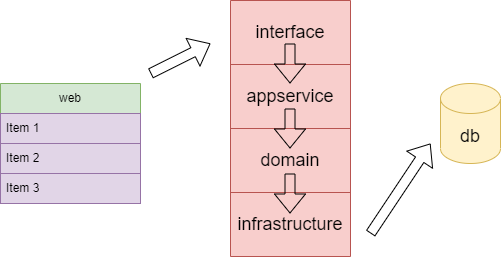
This is blog/architecture/microservice_introduce.drawio.png from muxicode/c153080686, a draw.io export, as it was before one commit. Source tidied: cells renumbered, new cells last; positions are measured from the earlier drawing's top-left corner, leaving out a move shared by most shapes. Source of this version:
```xml
<mxGraphModel>
  <root>
    <mxCell id="0" />
    <mxCell id="1" parent="0" />
    <mxCell id="2" value="web" style="swimlane;fontStyle=0;horizontal=1;startSize=30;whiteSpace=wrap;html=1;fillColor=#d5e8d4;strokeColor=#82b366;" parent="1" vertex="1">
      <mxGeometry y="83" width="140" height="120" as="geometry" />
    </mxCell>
    <mxCell id="3" value="Item 1" style="text;strokeColor=#9673a6;fillColor=#e1d5e7;align=left;verticalAlign=middle;spacingLeft=4;spacingRight=4;overflow=hidden;whiteSpace=wrap;html=1;" parent="2" vertex="1">
      <mxGeometry y="30" width="140" height="30" as="geometry" />
    </mxCell>
    <mxCell id="4" value="Item 2" style="text;strokeColor=#9673a6;fillColor=#e1d5e7;align=left;verticalAlign=middle;spacingLeft=4;spacingRight=4;overflow=hidden;whiteSpace=wrap;html=1;" parent="2" vertex="1">
      <mxGeometry y="60" width="140" height="30" as="geometry" />
    </mxCell>
    <mxCell id="5" value="Item 3" style="text;strokeColor=#9673a6;fillColor=#e1d5e7;align=left;verticalAlign=middle;spacingLeft=4;spacingRight=4;overflow=hidden;whiteSpace=wrap;html=1;" parent="2" vertex="1">
      <mxGeometry y="90" width="140" height="30" as="geometry" />
    </mxCell>
    <mxCell id="6" style="shape=table;startSize=0;fontSize=18;fillColor=#f8cecc;strokeColor=#b85450;" parent="1" vertex="1">
      <mxGeometry x="230" width="120" height="256" as="geometry" />
    </mxCell>
    <mxCell id="7" style="shape=tableRow;horizontal=0;startSize=0;swimlaneHead=0;swimlaneBody=0;strokeColor=inherit;top=0;left=0;bottom=0;right=0;fillColor=none;" parent="6" vertex="1">
      <mxGeometry width="120" height="64" as="geometry" />
    </mxCell>
    <mxCell id="8" value="interface" style="shape=partialRectangle;html=1;whiteSpace=wrap;strokeColor=inherit;overflow=hidden;fillColor=none;top=0;left=0;bottom=0;right=0;fontSize=18;" parent="7" vertex="1">
      <mxGeometry width="120" height="64" as="geometry" />
    </mxCell>
    <mxCell id="9" style="shape=tableRow;horizontal=0;startSize=0;swimlaneHead=0;swimlaneBody=0;strokeColor=inherit;top=0;left=0;bottom=0;right=0;fillColor=none;" parent="6" vertex="1">
      <mxGeometry y="64" width="120" height="64" as="geometry" />
    </mxCell>
    <mxCell id="10" value="appservice" style="shape=partialRectangle;html=1;whiteSpace=wrap;strokeColor=inherit;overflow=hidden;fillColor=none;top=0;left=0;bottom=0;right=0;fontSize=18;" parent="9" vertex="1">
      <mxGeometry width="120" height="64" as="geometry" />
    </mxCell>
    <mxCell id="11" style="shape=tableRow;horizontal=0;startSize=0;swimlaneHead=0;swimlaneBody=0;strokeColor=inherit;top=0;left=0;bottom=0;right=0;fillColor=none;" parent="6" vertex="1">
      <mxGeometry y="128" width="120" height="64" as="geometry" />
    </mxCell>
    <mxCell id="12" value="domain" style="shape=partialRectangle;html=1;whiteSpace=wrap;strokeColor=inherit;overflow=hidden;fillColor=none;top=0;left=0;bottom=0;right=0;fontSize=18;" parent="11" vertex="1">
      <mxGeometry width="120" height="64" as="geometry" />
    </mxCell>
    <mxCell id="13" style="shape=tableRow;horizontal=0;startSize=0;swimlaneHead=0;swimlaneBody=0;strokeColor=inherit;top=0;left=0;bottom=0;right=0;fillColor=none;" parent="6" vertex="1">
      <mxGeometry y="192" width="120" height="64" as="geometry" />
    </mxCell>
    <mxCell id="14" value="infrastructure" style="shape=partialRectangle;html=1;whiteSpace=wrap;strokeColor=inherit;overflow=hidden;fillColor=none;top=0;left=0;bottom=0;right=0;fontSize=18;" parent="13" vertex="1">
      <mxGeometry width="120" height="64" as="geometry" />
    </mxCell>
    <mxCell id="15" value="&lt;font style=&quot;font-size: 18px;&quot;&gt;db&lt;/font&gt;" style="shape=cylinder3;whiteSpace=wrap;html=1;boundedLbl=1;backgroundOutline=1;size=15;fillColor=#fff2cc;strokeColor=#d6b656;" parent="1" vertex="1">
      <mxGeometry x="440" y="83" width="60" height="80" as="geometry" />
    </mxCell>
    <mxCell id="16" style="shape=flexArrow;endArrow=classic;html=1;rounded=0;" parent="1" edge="1">
      <mxGeometry relative="1" as="geometry">
        <mxPoint x="150" y="73" as="sourcePoint" />
        <mxPoint x="210" y="43" as="targetPoint" />
      </mxGeometry>
    </mxCell>
    <mxCell id="17" style="shape=flexArrow;endArrow=classic;html=1;rounded=0;" parent="1" edge="1">
      <mxGeometry relative="1" as="geometry">
        <mxPoint x="370" y="233" as="sourcePoint" />
        <mxPoint x="430" y="143" as="targetPoint" />
      </mxGeometry>
    </mxCell>
    <mxCell id="18" style="shape=flexArrow;endArrow=classic;html=1;rounded=0;" parent="1" edge="1">
      <mxGeometry relative="1" as="geometry">
        <mxPoint x="289.5" y="43" as="sourcePoint" />
        <mxPoint x="289.5" y="83" as="targetPoint" />
      </mxGeometry>
    </mxCell>
    <mxCell id="19" style="shape=flexArrow;endArrow=classic;html=1;rounded=0;" parent="1" edge="1">
      <mxGeometry relative="1" as="geometry">
        <mxPoint x="289.5" y="108" as="sourcePoint" />
        <mxPoint x="289.5" y="148" as="targetPoint" />
      </mxGeometry>
    </mxCell>
    <mxCell id="20" style="shape=flexArrow;endArrow=classic;html=1;rounded=0;" parent="1" edge="1">
      <mxGeometry relative="1" as="geometry">
        <mxPoint x="289.5" y="173" as="sourcePoint" />
        <mxPoint x="289.5" y="213" as="targetPoint" />
      </mxGeometry>
    </mxCell>
  </root>
</mxGraphModel>
```
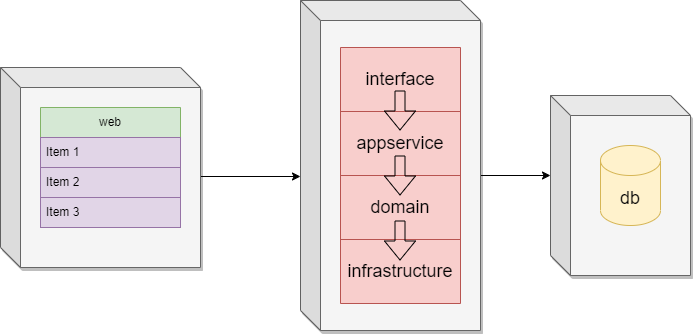
After the change.

The edit, as a diff of the source:
```diff
@@ -2,8 +2,26 @@
   <root>
     <mxCell id="0" />
     <mxCell id="1" parent="0" />
+    <mxCell id="21" style="shape=cube;whiteSpace=wrap;html=1;boundedLbl=1;backgroundOutline=1;darkOpacity=0.05;darkOpacity2=0.1;shadow=1;fillColor=#f5f5f5;fontColor=#333333;strokeColor=#666666;" parent="1" vertex="1">
+      <mxGeometry x="440" y="48" width="140" height="180" as="geometry" />
+    </mxCell>
+    <mxCell id="22" style="edgeStyle=orthogonalEdgeStyle;rounded=0;jettySize=auto;html=1;exitX=0;exitY=0;exitDx=180;exitDy=175;exitPerimeter=0;entryX=0;entryY=0;entryDx=0;entryDy=80;entryPerimeter=0;" parent="1" edge="1" source="23" target="21">
+      <mxGeometry relative="1" as="geometry" />
+    </mxCell>
+    <mxCell id="23" style="shape=cube;whiteSpace=wrap;html=1;boundedLbl=1;backgroundOutline=1;darkOpacity=0.05;darkOpacity2=0.1;shadow=1;fillColor=#f5f5f5;fontColor=#333333;strokeColor=#666666;" parent="1" vertex="1">
+      <mxGeometry x="190" y="-47" width="180" height="330" as="geometry" />
+    </mxCell>
+    <mxCell id="24" style="edgeStyle=orthogonalEdgeStyle;rounded=0;orthogonalLoop=1;jettySize=auto;html=1;exitX=0;exitY=0;exitDx=200;exitDy=110;exitPerimeter=0;entryX=0;entryY=0;entryDx=0;entryDy=155;entryPerimeter=0;" parent="1" edge="1">
+      <mxGeometry relative="1" as="geometry">
+        <mxPoint x="90" y="129" as="sourcePoint" />
+        <mxPoint x="190" y="129" as="targetPoint" />
+      </mxGeometry>
+    </mxCell>
+    <mxCell id="25" style="shape=cube;whiteSpace=wrap;html=1;boundedLbl=1;backgroundOutline=1;darkOpacity=0.05;darkOpacity2=0.1;shadow=1;fillColor=#f5f5f5;fontColor=#333333;strokeColor=#666666;" parent="1" vertex="1">
+      <mxGeometry x="-110" y="20" width="200" height="200" as="geometry" />
+    </mxCell>
     <mxCell id="2" value="web" style="swimlane;fontStyle=0;horizontal=1;startSize=30;whiteSpace=wrap;html=1;fillColor=#d5e8d4;strokeColor=#82b366;" parent="1" vertex="1">
-      <mxGeometry y="83" width="140" height="120" as="geometry" />
+      <mxGeometry x="-70" y="60" width="140" height="120" as="geometry" />
     </mxCell>
     <mxCell id="3" value="Item 1" style="text;strokeColor=#9673a6;fillColor=#e1d5e7;align=left;verticalAlign=middle;spacingLeft=4;spacingRight=4;overflow=hidden;whiteSpace=wrap;html=1;" parent="2" vertex="1">
       <mxGeometry y="30" width="140" height="30" as="geometry" />
@@ -42,20 +60,8 @@
       <mxGeometry width="120" height="64" as="geometry" />
     </mxCell>
     <mxCell id="15" value="&lt;font style=&quot;font-size: 18px;&quot;&gt;db&lt;/font&gt;" style="shape=cylinder3;whiteSpace=wrap;html=1;boundedLbl=1;backgroundOutline=1;size=15;fillColor=#fff2cc;strokeColor=#d6b656;" parent="1" vertex="1">
-      <mxGeometry x="440" y="83" width="60" height="80" as="geometry" />
+      <mxGeometry x="490" y="98" width="60" height="80" as="geometry" />
     </mxCell>
-    <mxCell id="16" style="shape=flexArrow;endArrow=classic;html=1;rounded=0;" parent="1" edge="1">
-      <mxGeometry relative="1" as="geometry">
-        <mxPoint x="150" y="73" as="sourcePoint" />
-        <mxPoint x="210" y="43" as="targetPoint" />
-      </mxGeometry>
-    </mxCell>
-    <mxCell id="17" style="shape=flexArrow;endArrow=classic;html=1;rounded=0;" parent="1" edge="1">
-      <mxGeometry relative="1" as="geometry">
-        <mxPoint x="370" y="233" as="sourcePoint" />
-        <mxPoint x="430" y="143" as="targetPoint" />
-      </mxGeometry>
-    </mxCell>
     <mxCell id="18" style="shape=flexArrow;endArrow=classic;html=1;rounded=0;" parent="1" edge="1">
       <mxGeometry relative="1" as="geometry">
         <mxPoint x="289.5" y="43" as="sourcePoint" />
```
